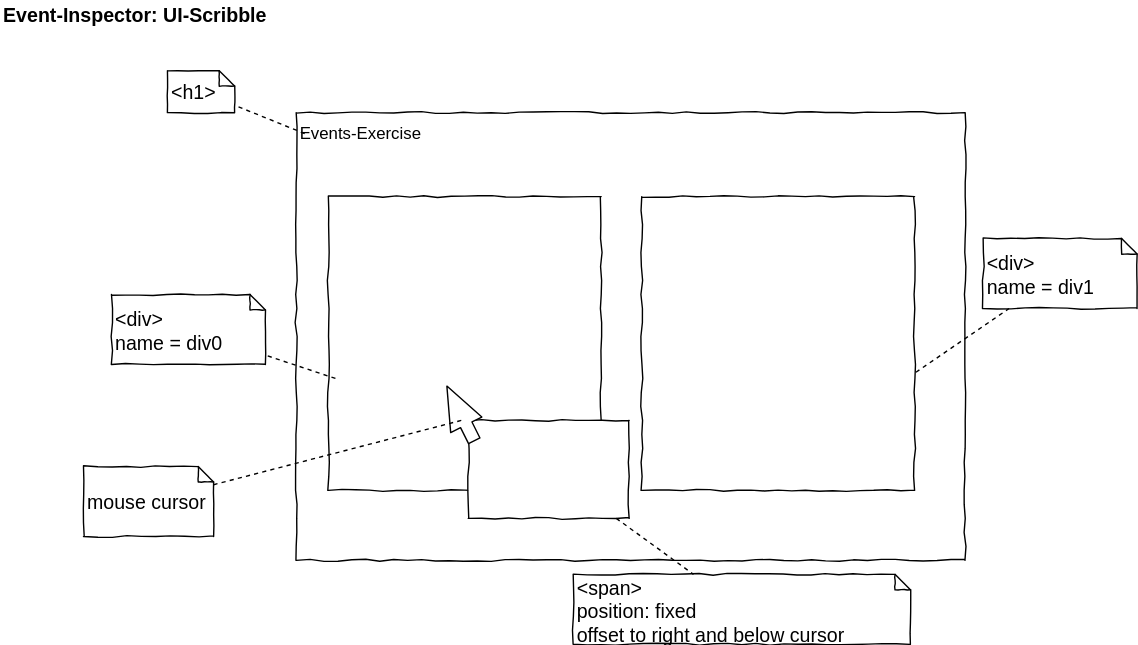
JirkaDellOro/EIA2-Inverted keeps this draw.io diagram as X01_Appendix/UML/EventsInspectorUI.svg. Above is the earlier version. Source tidied: cells renumbered, new cells last; positions are measured from the earlier drawing's top-left corner, leaving out a move shared by most shapes.
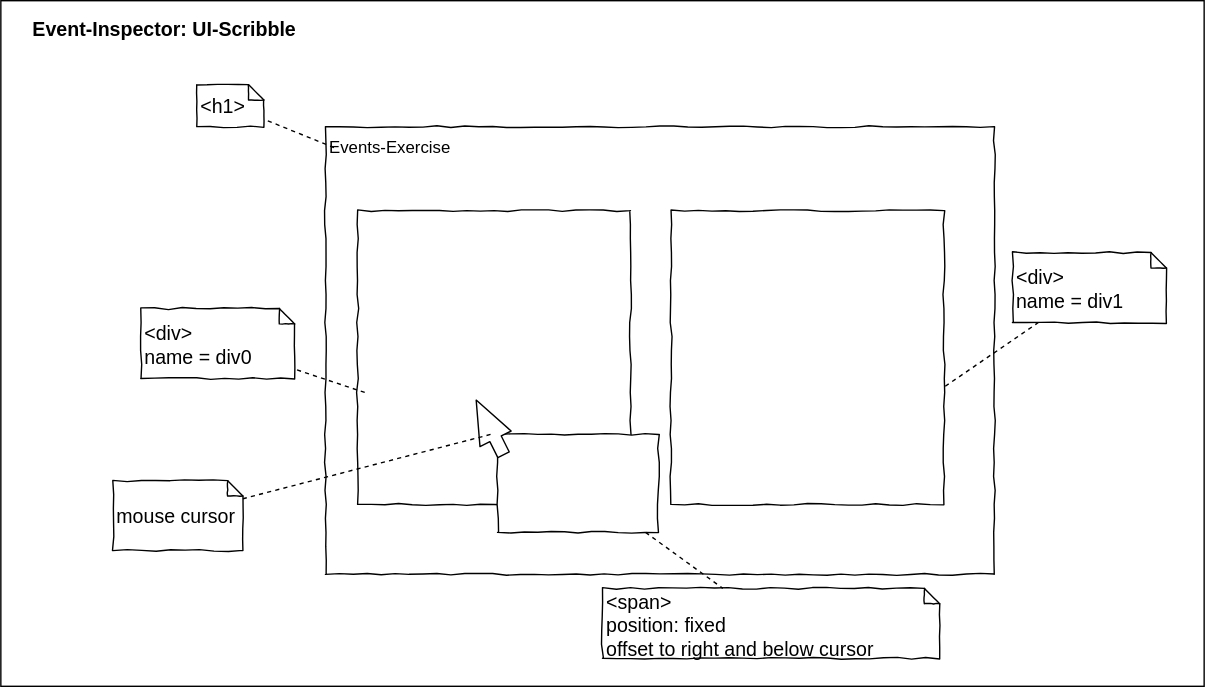
Above is the later version.

Commit message:
frame in background for dark theme

The edit, as a diff of the source:
```diff
@@ -2,6 +2,9 @@
   <root>
     <mxCell id="0" />
     <mxCell id="1" parent="0" />
+    <mxCell id="18" style="rounded=0;whiteSpace=wrap;html=1;" parent="1" vertex="1">
+      <mxGeometry x="-21" y="-10" width="860" height="490" as="geometry" />
+    </mxCell>
     <mxCell id="2" value="&lt;b&gt;&lt;font style=&quot;font-size: 14px&quot;&gt;Event-Inspector: UI-Scribble&lt;/font&gt;&lt;/b&gt;" style="text;html=1;strokeColor=none;fillColor=none;align=left;verticalAlign=middle;whiteSpace=wrap;rounded=0;" parent="1" vertex="1">
       <mxGeometry width="649" height="20" as="geometry" />
     </mxCell>
```
